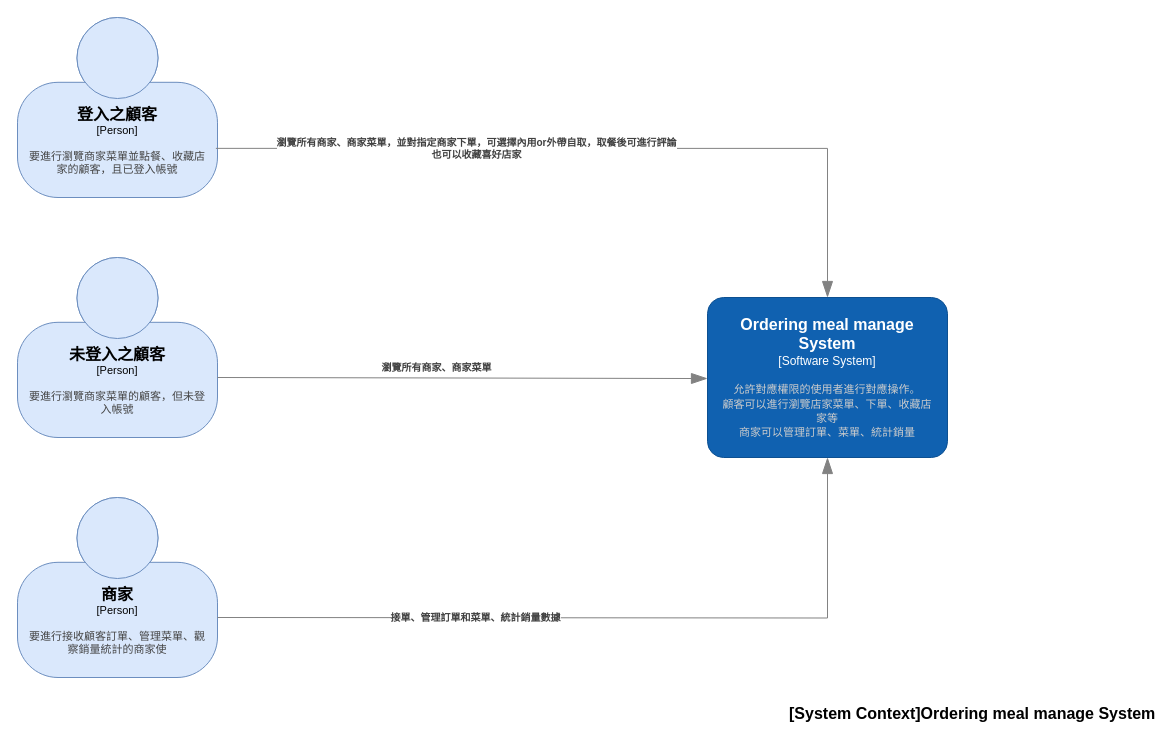
The draw.io diagram page "System Context" (1 of 2) of C4-model.drawio in NTOU-Order-Now/C4-model, before the edit. Source tidied: cells renumbered, new cells numbered last; positions are measured from the earlier drawing's top-left corner, leaving out a move shared by most shapes. Both pictures are drawn from the tidied source at 100%, with x=0, y=0 at pixel (17, 17).
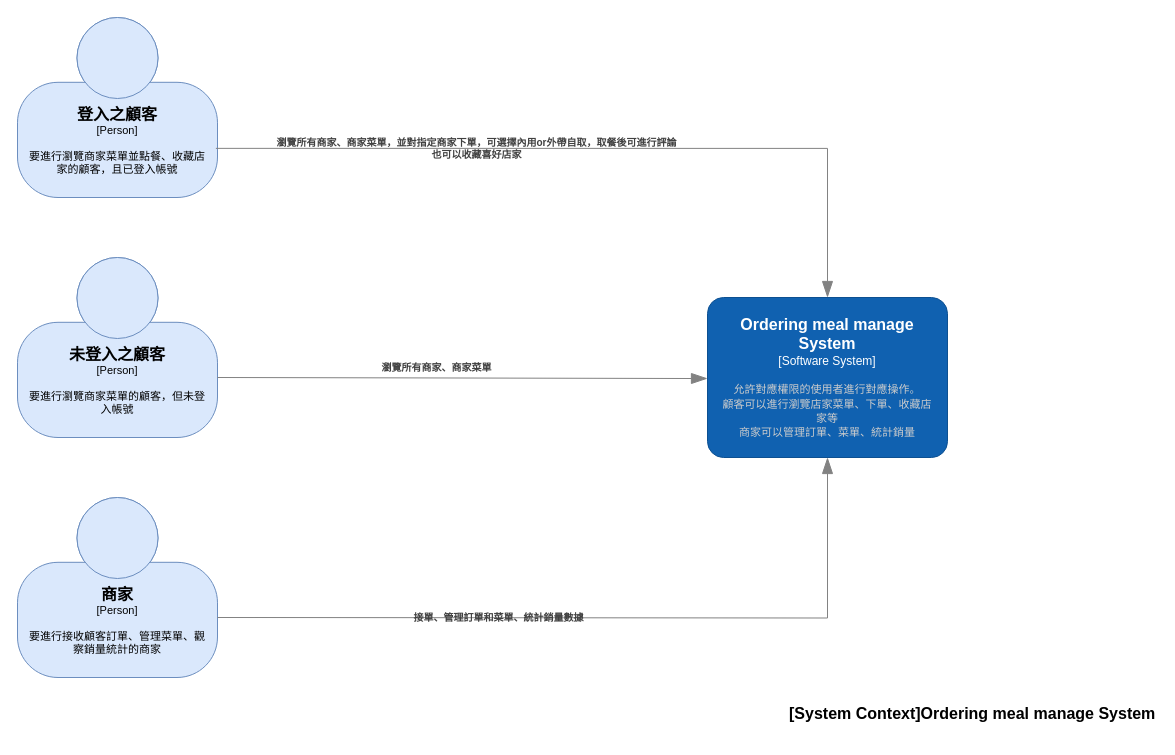
Above is the later version.

Diff of the diagram source:
```diff
@@
 <mxGraphModel>
   <root>
     <mxCell id="0" />
     <mxCell id="1" parent="0" />
-    <object id="2" label="&lt;font style=&quot;font-size: 16px&quot;&gt;&lt;b&gt;%c4Name%&lt;/b&gt;&lt;/font&gt;&lt;div&gt;[%c4Type%]&lt;/div&gt;&lt;br&gt;&lt;div &gt;&lt;font style=&quot;font-size: 11px&quot;&gt;&lt;font color=&quot;#444444&quot;&gt;%c4Description%&lt;/font&gt;&lt;/div&gt;" c4Description="要進行接收顧客訂單、管理菜單、觀察銷量統計的商家使" c4Name="商家" c4Type="Person" placeholders="1">
-      <mxCell style="html=1;fontSize=11;dashed=0;whiteSpace=wrap;fillColor=#dae8fc;strokeColor=#6c8ebf;shape=mxgraph.c4.person2;align=center;spacingRight=10;spacingLeft=10;" parent="1" vertex="1">
+    <object id="2" label="&lt;font style=&quot;font-size: 16px&quot;&gt;&lt;b&gt;%c4Name%&lt;/b&gt;&lt;/font&gt;&lt;div&gt;[%c4Type%]&lt;/div&gt;&lt;br&gt;&lt;div&gt;&lt;font style=&quot;font-size: 11px&quot;&gt;&lt;font&gt;%c4Description%&lt;/font&gt;&lt;/font&gt;&lt;/div&gt;" c4Description="要進行接收顧客訂單、管理菜單、觀察銷量統計的商家" c4Name="商家" c4Type="Person" placeholders="1">
+      <mxCell style="html=1;fontSize=11;dashed=0;whiteSpace=wrap;fillColor=#dae8fc;strokeColor=#6c8ebf;shape=mxgraph.c4.person2;align=center;spacingRight=10;spacingLeft=10;fontColor=#000000;" parent="1" vertex="1">
         <mxGeometry y="480" width="200" height="180" as="geometry" />
       </mxCell>
     </object>
-    <object id="3" label="&lt;font style=&quot;font-size: 16px&quot;&gt;&lt;b&gt;%c4Name%&lt;/b&gt;&lt;/font&gt;&lt;div&gt;[%c4Type%]&lt;/div&gt;&lt;br&gt;&lt;div &gt;&lt;font style=&quot;font-size: 11px&quot;&gt;&lt;font color=&quot;#444444&quot;&gt;%c4Description%&lt;/font&gt;&lt;/div&gt;" c4Description="要進行瀏覽商家菜單的顧客，但未登入帳號" c4Name="未登入之顧客" c4Type="Person" placeholders="1">
-      <mxCell style="html=1;fontSize=11;dashed=0;whiteSpace=wrap;fillColor=#dae8fc;strokeColor=#6c8ebf;shape=mxgraph.c4.person2;align=center;spacingRight=10;spacingLeft=10;" parent="1" vertex="1">
+    <object id="3" label="&lt;font style=&quot;font-size: 16px&quot;&gt;&lt;b&gt;%c4Name%&lt;/b&gt;&lt;/font&gt;&lt;div&gt;[%c4Type%]&lt;/div&gt;&lt;br&gt;&lt;div&gt;&lt;font style=&quot;font-size: 11px&quot;&gt;&lt;font&gt;%c4Description%&lt;/font&gt;&lt;/font&gt;&lt;/div&gt;" c4Description="要進行瀏覽商家菜單的顧客，但未登入帳號" c4Name="未登入之顧客" c4Type="Person" placeholders="1">
+      <mxCell style="html=1;fontSize=11;dashed=0;whiteSpace=wrap;fillColor=#dae8fc;strokeColor=#6c8ebf;shape=mxgraph.c4.person2;align=center;spacingRight=10;spacingLeft=10;fontColor=#000000;" parent="1" vertex="1">
         <mxGeometry y="240" width="200" height="180" as="geometry" />
       </mxCell>
     </object>
-    <object id="4" label="&lt;font style=&quot;font-size: 16px&quot;&gt;&lt;b&gt;%c4Name%&lt;/b&gt;&lt;/font&gt;&lt;div&gt;[%c4Type%]&lt;/div&gt;&lt;br&gt;&lt;div &gt;&lt;font style=&quot;font-size: 11px&quot;&gt;&lt;font color=&quot;#444444&quot;&gt;%c4Description%&lt;/font&gt;&lt;/div&gt;" c4Description="要進行瀏覽商家菜單並點餐、收藏店家的顧客，且已登入帳號" c4Name="登入之顧客" c4Type="Person" placeholders="1">
-      <mxCell style="html=1;fontSize=11;dashed=0;whiteSpace=wrap;fillColor=#dae8fc;strokeColor=#6c8ebf;shape=mxgraph.c4.person2;align=center;points=[[0.5,0,0],[1,0.5,0],[1,0.75,0],[0.75,1,0],[0.5,1,0],[0.25,1,0],[0,0.75,0],[0,0.5,0]];spacingRight=10;spacingLeft=10;" parent="1" vertex="1">
+    <object id="4" label="&lt;font style=&quot;font-size: 16px&quot;&gt;&lt;b&gt;%c4Name%&lt;/b&gt;&lt;/font&gt;&lt;div&gt;[%c4Type%]&lt;/div&gt;&lt;br&gt;&lt;div&gt;&lt;font style=&quot;font-size: 11px&quot;&gt;&lt;font&gt;%c4Description%&lt;/font&gt;&lt;/font&gt;&lt;/div&gt;" c4Description="要進行瀏覽商家菜單並點餐、收藏店家的顧客，且已登入帳號" c4Name="登入之顧客" c4Type="Person" placeholders="1">
+      <mxCell style="html=1;fontSize=11;dashed=0;whiteSpace=wrap;fillColor=#dae8fc;strokeColor=#6c8ebf;shape=mxgraph.c4.person2;align=center;points=[[0.5,0,0],[1,0.5,0],[1,0.75,0],[0.75,1,0],[0.5,1,0],[0.25,1,0],[0,0.75,0],[0,0.5,0]];spacingRight=10;spacingLeft=10;fontColor=#000000;" parent="1" vertex="1">
         <mxGeometry width="200" height="180" as="geometry" />
       </mxCell>
     </object>
     <object id="5" label="&lt;font style=&quot;font-size: 16px&quot;&gt;&lt;b&gt;%c4Name%&lt;/b&gt;&lt;/font&gt;&lt;div&gt;[%c4Type%]&lt;/div&gt;&lt;br&gt;&lt;div&gt;&lt;font style=&quot;font-size: 11px&quot;&gt;&lt;font color=&quot;#cccccc&quot;&gt;%c4Description%&lt;/font&gt;&lt;/div&gt;" c4Description="允許對應權限的使用者進行對應操作。&#10;顧客可以進行瀏覽店家菜單、下單、收藏店家等&#10;商家可以管理訂單、菜單、統計銷量" c4Name="Ordering meal manage System" c4Type="Software System" placeholders="1">
       <mxCell style="rounded=1;whiteSpace=wrap;html=1;labelBackgroundColor=none;fillColor=#1061B0;fontColor=#ffffff;align=center;arcSize=10;strokeColor=#0D5091;points=[[0.25,0,0],[0.5,0,0],[0.75,0,0],[1,0.25,0],[1,0.5,0],[1,0.75,0],[0.75,1,0],[0.5,1,0],[0.25,1,0],[0,0.75,0],[0,0.5,0],[0,0.25,0]];spacingRight=10;spacingLeft=10;imageHeight=34;spacingTop=10;spacingBottom=10;" parent="1" vertex="1">
         <mxGeometry x="690" y="280" width="240" height="160" as="geometry" />
       </mxCell>
     </object>
     <object id="6" label="&lt;font style=&quot;font-size: 16px&quot;&gt;&lt;b&gt;&lt;div style=&quot;text-align: left&quot;&gt;%c4Name%&lt;/div&gt;&lt;/b&gt;&lt;/font&gt;&lt;div style=&quot;text-align: left&quot;&gt;%c4Description%&lt;/div&gt;" c4Description="" c4Name="[System Context]Ordering meal manage System" placeholders="1">
       <mxCell style="text;html=1;strokeColor=none;fillColor=none;align=left;verticalAlign=top;whiteSpace=wrap;rounded=0;" parent="1" vertex="1">
         <mxGeometry x="770" y="680" width="370" height="40" as="geometry" />
       </mxCell>
     </object>
-    <object id="7" label="&lt;div style=&quot;text-align: left&quot;&gt;&lt;div style=&quot;text-align: center&quot;&gt;&lt;b&gt;%c4Description%&lt;/b&gt;&lt;/div&gt;" c4Description="瀏覽所有商家、商家菜單" placeholders="1">
-      <mxCell style="endArrow=blockThin;html=1;fontSize=10;fontColor=#404040;strokeWidth=1;endFill=1;strokeColor=#828282;elbow=vertical;endSize=14;startSize=14;jumpStyle=arc;jumpSize=16;rounded=0;edgeStyle=orthogonalEdgeStyle;exitX=0.992;exitY=0.727;exitDx=0;exitDy=0;exitPerimeter=0;" parent="1" edge="1" source="4" target="5">
+    <object id="7" label="&lt;div style=&quot;text-align: left&quot;&gt;&lt;div style=&quot;text-align: center&quot;&gt;&lt;b&gt;%c4Description%&lt;/b&gt;&lt;/div&gt;&lt;/div&gt;" c4Description="瀏覽所有商家、商家菜單" placeholders="1">
+      <mxCell style="endArrow=blockThin;html=1;fontSize=10;fontColor=#404040;strokeWidth=1;endFill=1;strokeColor=#828282;elbow=vertical;endSize=14;startSize=14;jumpStyle=arc;jumpSize=16;rounded=0;edgeStyle=orthogonalEdgeStyle;exitX=0.992;exitY=0.727;exitDx=0;exitDy=0;exitPerimeter=0;labelBackgroundColor=none;" parent="1" edge="1" source="4" target="5">
         <mxGeometry x="-0.42" y="-219" relative="1" as="geometry" />
       </mxCell>
     </object>
-    <object id="8" label="&lt;div style=&quot;text-align: left&quot;&gt;&lt;div style=&quot;text-align: center&quot;&gt;&lt;b&gt;%c4Description%&lt;/b&gt;&lt;/div&gt;" c4Description="瀏覽所有商家、商家菜單，並對指定商家下單，可選擇內用or外帶自取，取餐後可進行評論&#10;也可以收藏喜好店家" placeholders="1">
-      <mxCell style="endArrow=blockThin;html=1;fontSize=10;fontColor=#404040;strokeWidth=1;endFill=1;strokeColor=#828282;elbow=vertical;endSize=14;startSize=14;jumpStyle=arc;jumpSize=16;rounded=0;edgeStyle=orthogonalEdgeStyle;" parent="1" edge="1" target="5">
+    <object id="8" label="&lt;div style=&quot;text-align: left&quot;&gt;&lt;div style=&quot;text-align: center&quot;&gt;&lt;b&gt;%c4Description%&lt;/b&gt;&lt;/div&gt;&lt;/div&gt;" c4Description="瀏覽所有商家、商家菜單，並對指定商家下單，可選擇內用or外帶自取，取餐後可進行評論&#10;也可以收藏喜好店家" placeholders="1">
+      <mxCell style="endArrow=blockThin;html=1;fontSize=10;fontColor=#404040;strokeWidth=1;endFill=1;strokeColor=#828282;elbow=vertical;endSize=14;startSize=14;jumpStyle=arc;jumpSize=16;rounded=0;edgeStyle=orthogonalEdgeStyle;labelBackgroundColor=none;" parent="1" edge="1" target="5">
         <mxGeometry x="0.06" y="230" relative="1" as="geometry">
           <mxPoint x="200" y="360" as="sourcePoint" />
           <Array as="points">
             <mxPoint x="200" y="361" />
           </Array>
         </mxGeometry>
       </mxCell>
     </object>
-    <object id="9" label="&lt;div style=&quot;text-align: left&quot;&gt;&lt;div style=&quot;text-align: center&quot;&gt;&lt;b&gt;%c4Description%&lt;/b&gt;&lt;/div&gt;" c4Description="接單、管理訂單和菜單、統計銷量數據" placeholders="1">
-      <mxCell style="endArrow=blockThin;html=1;fontSize=10;fontColor=#404040;strokeWidth=1;endFill=1;strokeColor=#828282;elbow=vertical;endSize=14;startSize=14;jumpStyle=arc;jumpSize=16;rounded=0;edgeStyle=orthogonalEdgeStyle;entryX=0.5;entryY=1;entryDx=0;entryDy=0;entryPerimeter=0;" parent="1" edge="1" target="5">
-        <mxGeometry x="-0.33" relative="1" as="geometry">
+    <object id="9" label="&lt;div style=&quot;text-align: left&quot;&gt;&lt;div style=&quot;text-align: center&quot;&gt;&lt;b&gt;%c4Description%&lt;/b&gt;&lt;/div&gt;&lt;/div&gt;" c4Description="接單、管理訂單和菜單、統計銷量數據" placeholders="1">
+      <mxCell style="endArrow=blockThin;html=1;fontSize=10;fontColor=#404040;strokeWidth=1;endFill=1;strokeColor=#828282;elbow=vertical;endSize=14;startSize=14;jumpStyle=arc;jumpSize=16;rounded=0;edgeStyle=orthogonalEdgeStyle;entryX=0.5;entryY=1;entryDx=0;entryDy=0;entryPerimeter=0;labelBackgroundColor=none;" parent="1" edge="1" target="5">
+        <mxGeometry x="-0.27" relative="1" as="geometry">
           <mxPoint x="200" y="600" as="sourcePoint" />
         </mxGeometry>
       </mxCell>
     </object>
   </root>
 </mxGraphModel>
```
